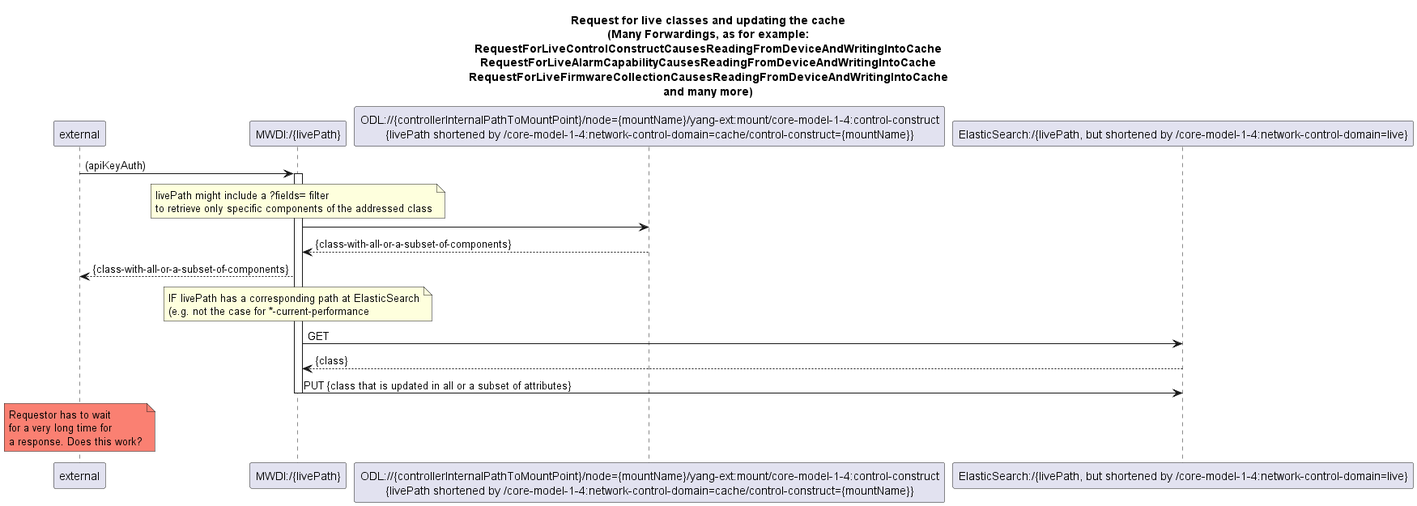
Before: spec/diagrams/500_LiveRessourcePathWithCacheUpdate.png, a diagram exported from PlantUML (openBackhaul/MicroWaveDeviceInventory).
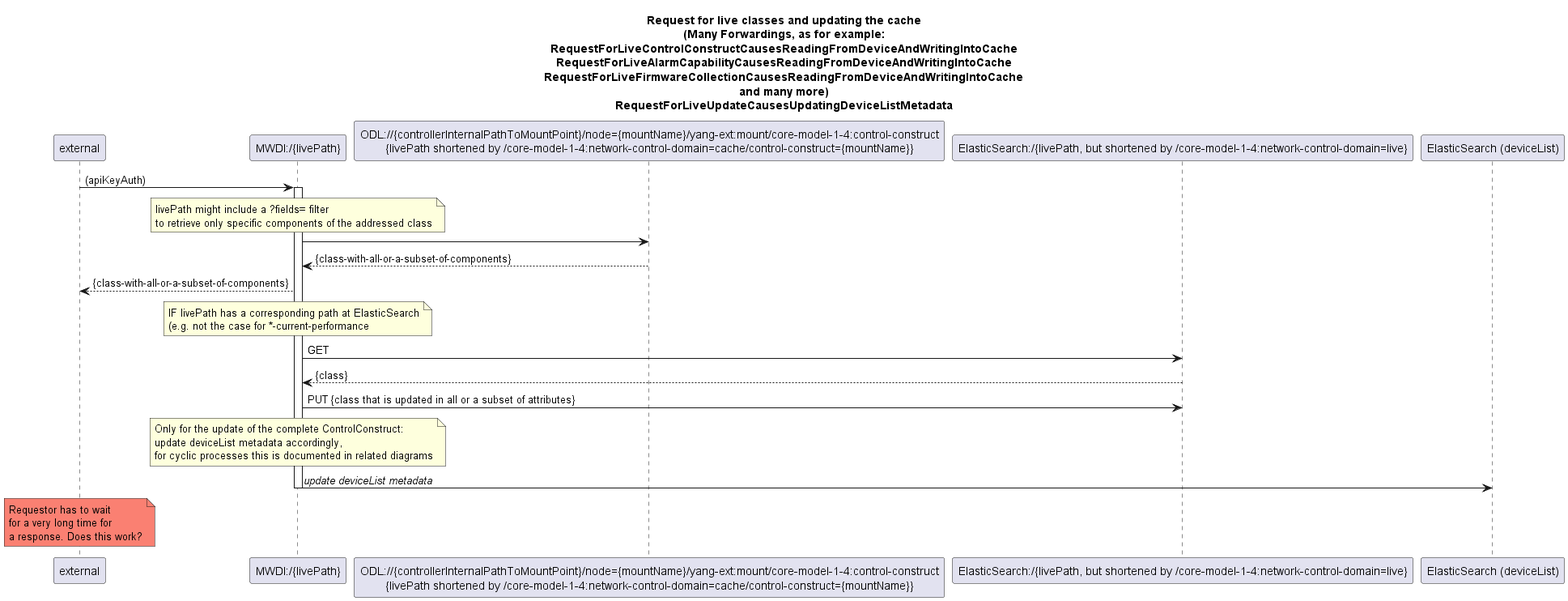
Later version of the same file.

Commit message:
lvie service

Change to the diagram source:
```diff
@@ -8,6 +8,7 @@
 RequestForLiveAlarmCapabilityCausesReadingFromDeviceAndWritingIntoCache
 RequestForLiveFirmwareCollectionCausesReadingFromDeviceAndWritingIntoCache
 and many more)
+RequestForLiveUpdateCausesUpdatingDeviceListMetadata
 end title
 
 
@@ -15,8 +16,7 @@
 participant "MWDI:/{livePath}" as LiveControlConstructClass
 participant "ODL://{controllerInternalPathToMountPoint}/node={mountName}/yang-ext:mount/core-model-1-4:control-construct\n{livePath shortened by /core-model-1-4:network-control-domain=cache/control-construct={mountName}}" as OdlControlConstructClass
 participant "ElasticSearch:/{livePath, but shortened by /core-model-1-4:network-control-domain=live}" as EsControlConstructClass
-
-
+participant "ElasticSearch (deviceList)" as deviceList
 
 requestor -> LiveControlConstructClass: (apiKeyAuth)
 activate LiveControlConstructClass
@@ -39,6 +39,13 @@
 
 LiveControlConstructClass -> EsControlConstructClass: PUT {class that is updated in all or a subset of attributes}
 
+note over LiveControlConstructClass
+  Only for the update of the complete ControlConstruct:
+  update deviceList metadata accordingly,
+  for cyclic processes this is documented in related diagrams
+end note
+LiveControlConstructClass -> deviceList: <i>update deviceList metadata</i>
+
 deactivate LiveControlConstructClass
 
 skinparam NoteBackgroundColor salmon
```
